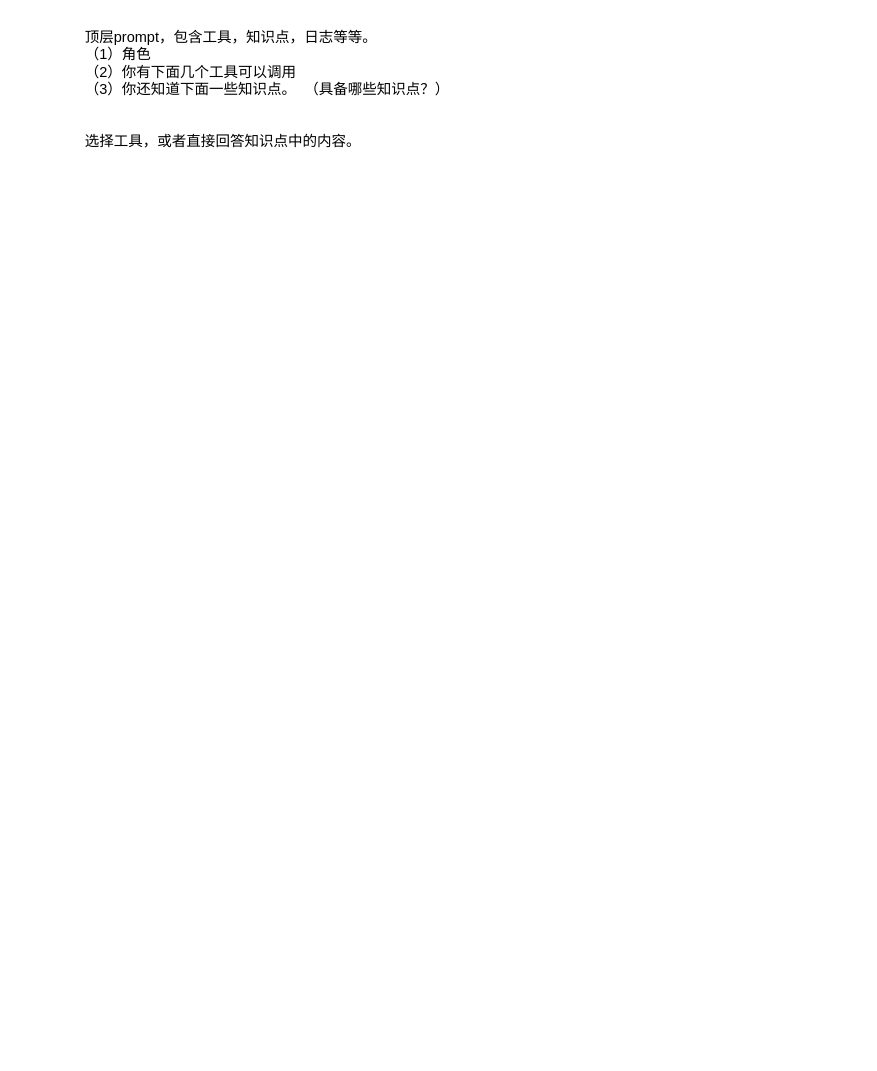
Earlier version of the draw.io diagram 方案.drawio (wzregan/draw). Source tidied: cells renumbered, new cells numbered last; positions are measured from the earlier drawing's top-left corner, leaving out a move shared by most shapes. Both pictures are drawn from the tidied source at 121%, with x=0, y=0 at pixel (82, 21).
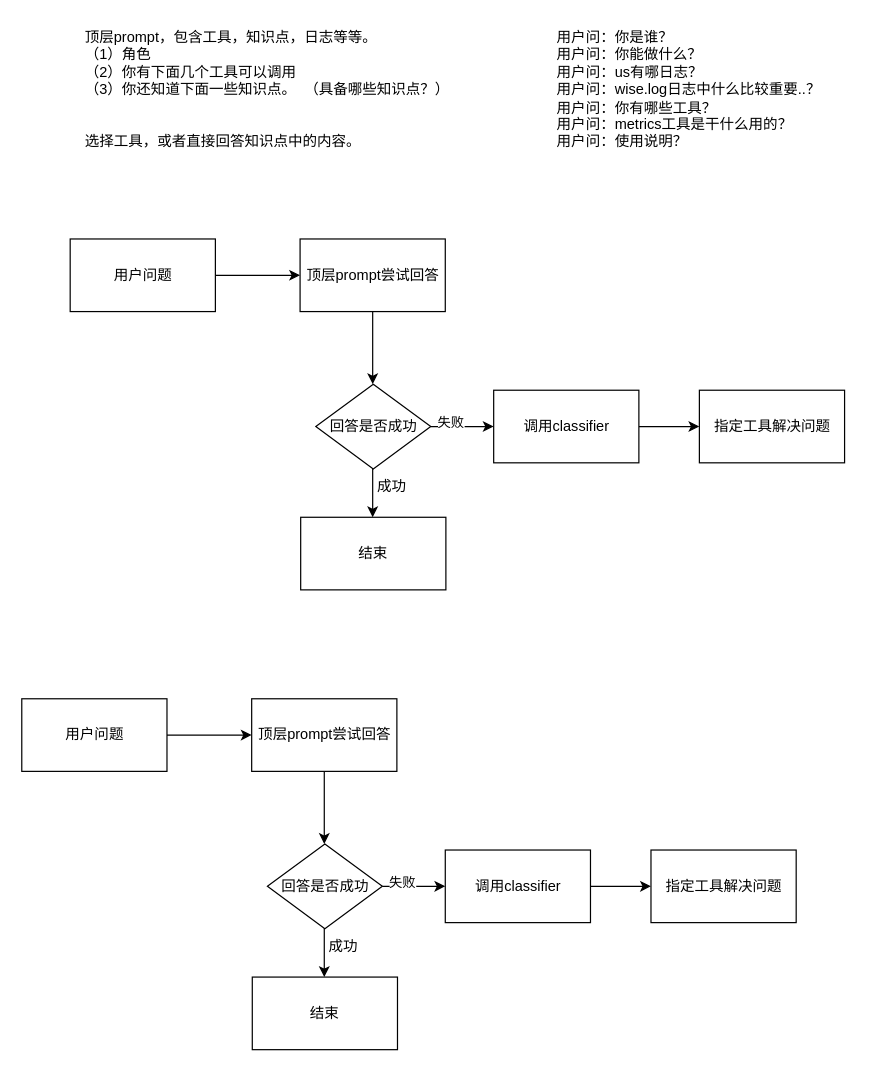
Above is the later version.

The edit, as a diff of the source:
```diff
@@
+    <mxCell id="3" style="edgeStyle=orthogonalEdgeStyle;rounded=0;jettySize=auto;html=1;" parent="1" edge="1" source="4">
+      <mxGeometry relative="1" as="geometry">
+        <mxPoint x="179.5" y="210" as="targetPoint" />
+      </mxGeometry>
+    </mxCell>
+    <mxCell id="4" value="用户问题" style="rounded=0;whiteSpace=wrap;html=1;" parent="1" vertex="1">
+      <mxGeometry x="-10.5" y="180" width="120" height="60" as="geometry" />
+    </mxCell>
+    <mxCell id="5" style="edgeStyle=orthogonalEdgeStyle;rounded=0;jettySize=auto;html=1;" parent="1" edge="1" source="6">
+      <mxGeometry relative="1" as="geometry">
+        <mxPoint x="239.5" y="300" as="targetPoint" />
+      </mxGeometry>
+    </mxCell>
+    <mxCell id="6" value="顶层prompt尝试回答" style="rounded=0;whiteSpace=wrap;html=1;" parent="1" vertex="1">
+      <mxGeometry x="179.5" y="180" width="120" height="60" as="geometry" />
+    </mxCell>
+    <mxCell id="7" style="edgeStyle=orthogonalEdgeStyle;rounded=0;jettySize=auto;html=1;" parent="1" edge="1" source="10">
+      <mxGeometry relative="1" as="geometry">
+        <mxPoint x="239.5" y="410" as="targetPoint" />
+      </mxGeometry>
+    </mxCell>
+    <mxCell id="8" style="edgeStyle=orthogonalEdgeStyle;rounded=0;jettySize=auto;html=1;exitX=1;exitY=0.5;exitDx=0;exitDy=0;" parent="1" edge="1" source="10">
+      <mxGeometry relative="1" as="geometry">
+        <mxPoint x="339.5" y="335" as="targetPoint" />
+      </mxGeometry>
+    </mxCell>
+    <mxCell id="9" value="失败" style="edgeLabel;html=1;align=center;verticalAlign=middle;" parent="8" vertex="1">
+      <mxGeometry x="-0.39" y="4" relative="1" as="geometry" />
+    </mxCell>
+    <mxCell id="10" value="回答是否成功" style="rhombus;whiteSpace=wrap;html=1;" parent="1" vertex="1">
+      <mxGeometry x="192.5" y="300" width="95" height="70" as="geometry" />
+    </mxCell>
+    <mxCell id="11" value="结束" style="rounded=0;whiteSpace=wrap;html=1;" parent="1" vertex="1">
+      <mxGeometry x="180" y="410" width="120" height="60" as="geometry" />
+    </mxCell>
+    <mxCell id="12" value="成功" style="text;html=1;align=center;verticalAlign=middle;strokeColor=none;fillColor=none;" parent="1" vertex="1">
+      <mxGeometry x="229.5" y="370" width="50" height="30" as="geometry" />
+    </mxCell>
+    <mxCell id="13" style="edgeStyle=orthogonalEdgeStyle;rounded=0;jettySize=auto;html=1;" parent="1" edge="1" source="14">
+      <mxGeometry relative="1" as="geometry">
+        <mxPoint x="509.5" y="335" as="targetPoint" />
+      </mxGeometry>
+    </mxCell>
+    <mxCell id="14" value="调用classifier" style="rounded=0;whiteSpace=wrap;html=1;" parent="1" vertex="1">
+      <mxGeometry x="339.5" y="305" width="120" height="60" as="geometry" />
+    </mxCell>
+    <mxCell id="15" value="指定工具解决问题" style="rounded=0;whiteSpace=wrap;html=1;" parent="1" vertex="1">
+      <mxGeometry x="509.5" y="305" width="120" height="60" as="geometry" />
+    </mxCell>
+    <mxCell id="16" value="用户问：你是谁？&#10;用户问：你能做什么？&#10;用户问：us有哪日志？&#10;用户问：wise.log日志中什么比较重要..？&#10;用户问：你有哪些工具？&#10;用户问：metrics工具是干什么用的？&#10;用户问：使用说明？" style="text;whiteSpace=wrap;" parent="1" vertex="1">
+      <mxGeometry x="389.5" width="250" height="120" as="geometry" />
+    </mxCell>
+    <mxCell id="17" style="edgeStyle=orthogonalEdgeStyle;rounded=0;jettySize=auto;html=1;" parent="1" edge="1" source="18">
+      <mxGeometry relative="1" as="geometry">
+        <mxPoint x="139.5" y="590" as="targetPoint" />
+      </mxGeometry>
+    </mxCell>
+    <mxCell id="18" value="用户问题" style="rounded=0;whiteSpace=wrap;html=1;" parent="1" vertex="1">
+      <mxGeometry x="-50.5" y="560" width="120" height="60" as="geometry" />
+    </mxCell>
+    <mxCell id="19" style="edgeStyle=orthogonalEdgeStyle;rounded=0;jettySize=auto;html=1;" parent="1" edge="1" source="20">
+      <mxGeometry relative="1" as="geometry">
+        <mxPoint x="199.5" y="680" as="targetPoint" />
+      </mxGeometry>
+    </mxCell>
+    <mxCell id="20" value="顶层prompt尝试回答" style="rounded=0;whiteSpace=wrap;html=1;" parent="1" vertex="1">
+      <mxGeometry x="139.5" y="560" width="120" height="60" as="geometry" />
+    </mxCell>
+    <mxCell id="21" style="edgeStyle=orthogonalEdgeStyle;rounded=0;jettySize=auto;html=1;" parent="1" edge="1" source="24">
+      <mxGeometry relative="1" as="geometry">
+        <mxPoint x="199.5" y="790" as="targetPoint" />
+      </mxGeometry>
+    </mxCell>
+    <mxCell id="22" style="edgeStyle=orthogonalEdgeStyle;rounded=0;jettySize=auto;html=1;exitX=1;exitY=0.5;exitDx=0;exitDy=0;" parent="1" edge="1" source="24">
+      <mxGeometry relative="1" as="geometry">
+        <mxPoint x="299.5" y="715" as="targetPoint" />
+      </mxGeometry>
+    </mxCell>
+    <mxCell id="23" value="失败" style="edgeLabel;html=1;align=center;verticalAlign=middle;" parent="22" vertex="1">
+      <mxGeometry x="-0.39" y="4" relative="1" as="geometry" />
+    </mxCell>
+    <mxCell id="24" value="回答是否成功" style="rhombus;whiteSpace=wrap;html=1;" parent="1" vertex="1">
+      <mxGeometry x="152.5" y="680" width="95" height="70" as="geometry" />
+    </mxCell>
+    <mxCell id="25" value="结束" style="rounded=0;whiteSpace=wrap;html=1;" parent="1" vertex="1">
+      <mxGeometry x="140" y="790" width="120" height="60" as="geometry" />
+    </mxCell>
+    <mxCell id="26" value="成功" style="text;html=1;align=center;verticalAlign=middle;strokeColor=none;fillColor=none;" parent="1" vertex="1">
+      <mxGeometry x="189.5" y="750" width="50" height="30" as="geometry" />
+    </mxCell>
+    <mxCell id="27" style="edgeStyle=orthogonalEdgeStyle;rounded=0;jettySize=auto;html=1;" parent="1" edge="1" source="28">
+      <mxGeometry relative="1" as="geometry">
+        <mxPoint x="469.5" y="715" as="targetPoint" />
+      </mxGeometry>
+    </mxCell>
+    <mxCell id="28" value="调用classifier" style="rounded=0;whiteSpace=wrap;html=1;" parent="1" vertex="1">
+      <mxGeometry x="299.5" y="685" width="120" height="60" as="geometry" />
+    </mxCell>
+    <mxCell id="29" value="指定工具解决问题" style="rounded=0;whiteSpace=wrap;html=1;" parent="1" vertex="1">
+      <mxGeometry x="469.5" y="685" width="120" height="60" as="geometry" />
+    </mxCell>
```
